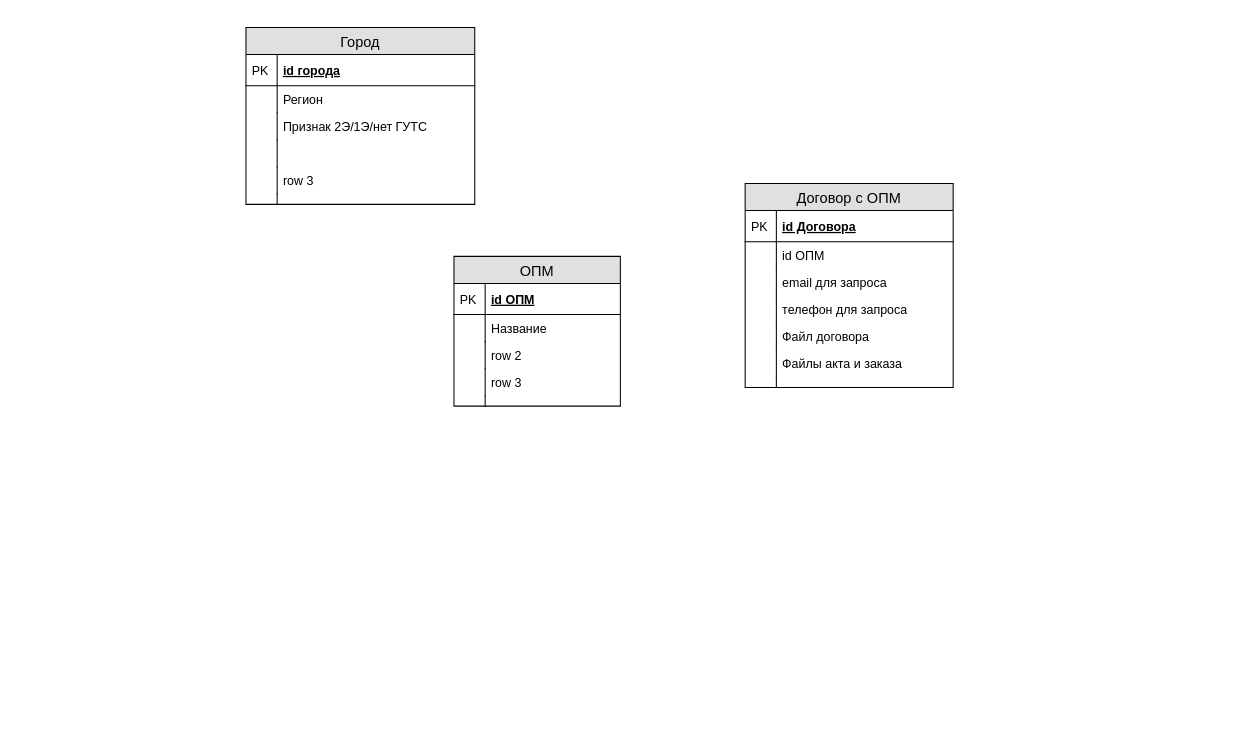
This is operators.drawio from slavakourov/operators, a draw.io file, before an edit. Source tidied: cells renumbered, new cells numbered last; positions are measured from the earlier drawing's top-left corner, leaving out a move shared by most shapes. Both pictures are drawn from the tidied source at 104%, with x=0, y=0 at pixel (245, 27).
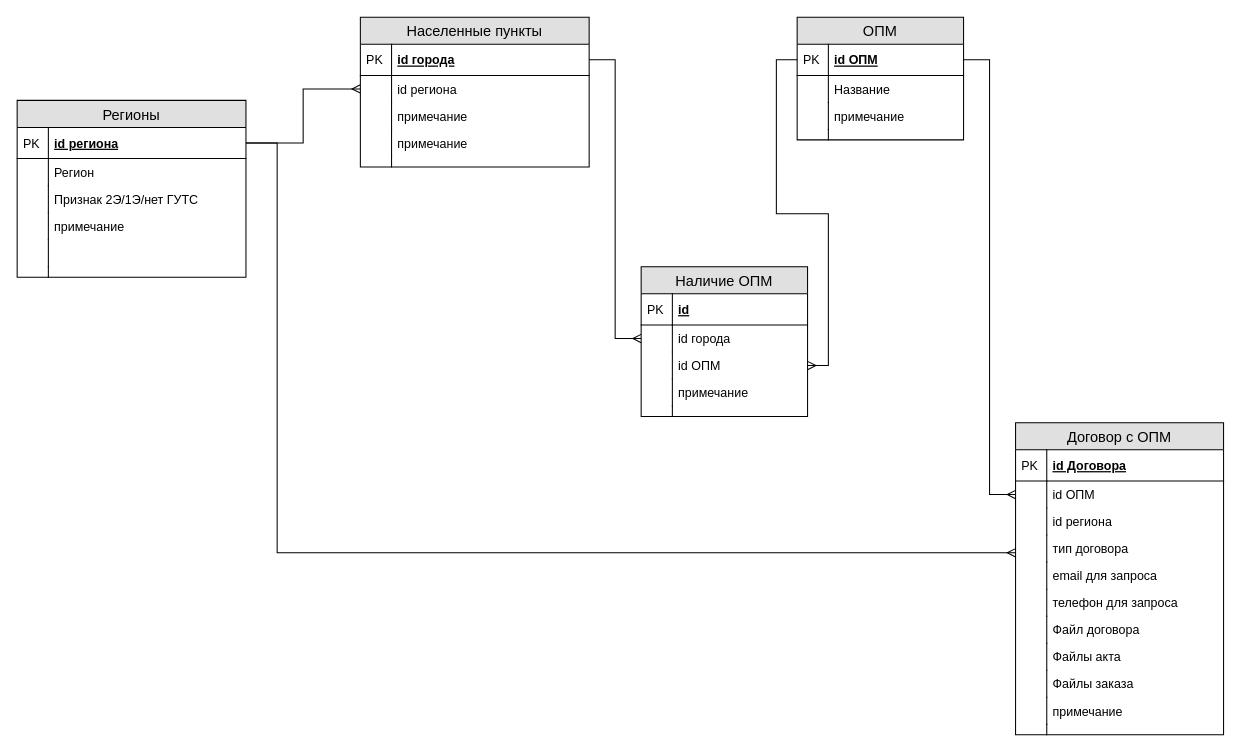
Above is the later version.

Unchanged cells that the change refers to:
```xml
<mxCell id="3" value="id ОПМ" style="shape=partialRectangle;top=0;left=0;right=0;bottom=1;align=left;verticalAlign=middle;fillColor=none;spacingLeft=34;spacingRight=4;overflow=hidden;points=[[0,0.5],[1,0.5]];portConstraint=eastwest;fontStyle=5;fontSize=12;" parent="2" vertex="1">
  <mxGeometry y="26" width="160" height="30" as="geometry" />
</mxCell>
<mxCell id="16" value="id ОПМ" style="shape=partialRectangle;top=0;left=0;right=0;bottom=0;align=left;verticalAlign=top;fillColor=none;spacingLeft=34;spacingRight=4;overflow=hidden;points=[[0,0.5],[1,0.5]];portConstraint=eastwest;fontSize=12;" parent="13" vertex="1">
  <mxGeometry y="56" width="200" height="26" as="geometry" />
</mxCell>
<mxCell id="29" value="id города" style="shape=partialRectangle;top=0;left=0;right=0;bottom=1;align=left;verticalAlign=middle;fillColor=none;spacingLeft=34;spacingRight=4;overflow=hidden;points=[[0,0.5],[1,0.5]];portConstraint=eastwest;fontStyle=5;fontSize=12;" parent="28" vertex="1">
  <mxGeometry y="26" width="220" height="30" as="geometry" />
</mxCell>
```

Change to the diagram source:
```diff
@@
     <mxCell id="2" value="ОПМ" style="swimlane;fontStyle=0;horizontal=1;startSize=26;fillColor=#e0e0e0;swimlaneFillColor=#ffffff;align=center;fontSize=14;" parent="1" vertex="1">
-      <mxGeometry x="200" y="220" width="160" height="144" as="geometry" />
+      <mxGeometry x="530" y="-10" width="160" height="118" as="geometry" />
     </mxCell>
@@
-    <mxCell id="7" value="row 2" style="shape=partialRectangle;top=0;left=0;right=0;bottom=0;align=left;verticalAlign=top;fillColor=none;spacingLeft=34;spacingRight=4;overflow=hidden;fontSize=12;" parent="2" vertex="1">
+    <mxCell id="7" value="примечание" style="shape=partialRectangle;top=0;left=0;right=0;bottom=0;align=left;verticalAlign=top;fillColor=none;spacingLeft=34;spacingRight=4;overflow=hidden;fontSize=12;" parent="2" vertex="1">
       <mxGeometry y="82" width="160" height="26" as="geometry" />
     </mxCell>
@@
-    <mxCell id="9" value="row 3" style="shape=partialRectangle;top=0;left=0;right=0;bottom=0;align=left;verticalAlign=top;fillColor=none;spacingLeft=34;spacingRight=4;overflow=hidden;fontSize=12;" parent="2" vertex="1">
-      <mxGeometry y="108" width="160" height="26" as="geometry" />
-    </mxCell>
-    <mxCell id="10" style="shape=partialRectangle;top=0;left=0;bottom=0;fillColor=none;align=left;verticalAlign=top;spacingLeft=4;spacingRight=4;overflow=hidden;fontSize=12;" parent="9" vertex="1">
-      <mxGeometry width="30" height="26" as="geometry" />
-    </mxCell>
     <mxCell id="11" style="shape=partialRectangle;top=0;left=0;right=0;bottom=0;align=left;verticalAlign=top;fillColor=none;spacingLeft=34;spacingRight=4;overflow=hidden;fontSize=12;" parent="2" vertex="1">
-      <mxGeometry y="134" width="160" height="10" as="geometry" />
+      <mxGeometry y="108" width="160" height="10" as="geometry" />
     </mxCell>
@@
     <mxCell id="13" value="Договор с ОПМ" style="swimlane;fontStyle=0;horizontal=1;startSize=26;fillColor=#e0e0e0;swimlaneFillColor=#ffffff;align=center;fontSize=14;" parent="1" vertex="1">
-      <mxGeometry x="480" y="150" width="200" height="196" as="geometry" />
+      <mxGeometry x="740" y="380" width="200" height="300" as="geometry" />
     </mxCell>
@@
+    <mxCell id="41" value="id региона" style="shape=partialRectangle;top=0;left=0;right=0;bottom=0;align=left;verticalAlign=top;fillColor=none;spacingLeft=34;spacingRight=4;overflow=hidden;fontSize=12;" parent="13" vertex="1">
+      <mxGeometry y="82" width="200" height="26" as="geometry" />
+    </mxCell>
+    <mxCell id="42" style="shape=partialRectangle;top=0;left=0;bottom=0;fillColor=none;align=left;verticalAlign=top;spacingLeft=4;spacingRight=4;overflow=hidden;fontSize=12;" parent="41" vertex="1">
+      <mxGeometry width="30" height="26" as="geometry" />
+    </mxCell>
+    <mxCell id="43" value="тип договора" style="shape=partialRectangle;top=0;left=0;right=0;bottom=0;align=left;verticalAlign=top;fillColor=none;spacingLeft=34;spacingRight=4;overflow=hidden;points=[[0,0.5],[1,0.5]];portConstraint=eastwest;fontSize=12;" parent="13" vertex="1">
+      <mxGeometry y="108" width="200" height="26" as="geometry" />
+    </mxCell>
+    <mxCell id="44" style="shape=partialRectangle;top=0;left=0;bottom=0;fillColor=none;align=left;verticalAlign=top;spacingLeft=4;spacingRight=4;overflow=hidden;fontSize=12;" parent="43" vertex="1">
+      <mxGeometry width="30" height="26" as="geometry" />
+    </mxCell>
     <mxCell id="18" value="email для запроса" style="shape=partialRectangle;top=0;left=0;right=0;bottom=0;align=left;verticalAlign=top;fillColor=none;spacingLeft=34;spacingRight=4;overflow=hidden;fontSize=12;" parent="13" vertex="1">
-      <mxGeometry y="82" width="200" height="26" as="geometry" />
+      <mxGeometry y="134" width="200" height="26" as="geometry" />
     </mxCell>
@@
     <mxCell id="20" value="телефон для запроса" style="shape=partialRectangle;top=0;left=0;right=0;bottom=0;align=left;verticalAlign=top;fillColor=none;spacingLeft=34;spacingRight=4;overflow=hidden;fontSize=12;" parent="13" vertex="1">
-      <mxGeometry y="108" width="200" height="26" as="geometry" />
+      <mxGeometry y="160" width="200" height="26" as="geometry" />
     </mxCell>
@@
     <mxCell id="22" value="Файл договора" style="shape=partialRectangle;top=0;left=0;right=0;bottom=0;align=left;verticalAlign=top;fillColor=none;spacingLeft=34;spacingRight=4;overflow=hidden;fontSize=12;" parent="13" vertex="1">
-      <mxGeometry y="134" width="200" height="26" as="geometry" />
+      <mxGeometry y="186" width="200" height="26" as="geometry" />
     </mxCell>
@@
-    <mxCell id="24" value="Файлы акта и заказа" style="shape=partialRectangle;top=0;left=0;right=0;bottom=0;align=left;verticalAlign=top;fillColor=none;spacingLeft=34;spacingRight=4;overflow=hidden;fontSize=12;" parent="13" vertex="1">
-      <mxGeometry y="160" width="200" height="26" as="geometry" />
+    <mxCell id="24" value="Файлы акта" style="shape=partialRectangle;top=0;left=0;right=0;bottom=0;align=left;verticalAlign=top;fillColor=none;spacingLeft=34;spacingRight=4;overflow=hidden;fontSize=12;" parent="13" vertex="1">
+      <mxGeometry y="212" width="200" height="26" as="geometry" />
     </mxCell>
@@
+    <mxCell id="45" value="Файлы заказа" style="shape=partialRectangle;top=0;left=0;right=0;bottom=0;align=left;verticalAlign=top;fillColor=none;spacingLeft=34;spacingRight=4;overflow=hidden;fontSize=12;" parent="13" vertex="1">
+      <mxGeometry y="238" width="200" height="26" as="geometry" />
+    </mxCell>
+    <mxCell id="46" style="shape=partialRectangle;top=0;left=0;bottom=0;fillColor=none;align=left;verticalAlign=top;spacingLeft=4;spacingRight=4;overflow=hidden;fontSize=12;" parent="45" vertex="1">
+      <mxGeometry width="30" height="26" as="geometry" />
+    </mxCell>
+    <mxCell id="47" value="примечание" style="shape=partialRectangle;top=0;left=0;right=0;bottom=0;align=left;verticalAlign=top;fillColor=none;spacingLeft=34;spacingRight=4;overflow=hidden;fontSize=12;" parent="13" vertex="1">
+      <mxGeometry y="264" width="200" height="26" as="geometry" />
+    </mxCell>
+    <mxCell id="48" style="shape=partialRectangle;top=0;left=0;bottom=0;fillColor=none;align=left;verticalAlign=top;spacingLeft=4;spacingRight=4;overflow=hidden;fontSize=12;" parent="47" vertex="1">
+      <mxGeometry width="30" height="26" as="geometry" />
+    </mxCell>
     <mxCell id="26" style="shape=partialRectangle;top=0;left=0;right=0;bottom=0;align=left;verticalAlign=top;fillColor=none;spacingLeft=34;spacingRight=4;overflow=hidden;fontSize=12;" parent="13" vertex="1">
-      <mxGeometry y="186" width="200" height="10" as="geometry" />
+      <mxGeometry y="290" width="200" height="10" as="geometry" />
     </mxCell>
@@
-    <mxCell id="28" value="Город" style="swimlane;fontStyle=0;horizontal=1;startSize=26;fillColor=#e0e0e0;swimlaneFillColor=#ffffff;align=center;fontSize=14;" parent="1" vertex="1">
-      <mxGeometry width="220" height="170" as="geometry" />
+    <mxCell id="28" value="Населенные пункты" style="swimlane;fontStyle=0;horizontal=1;startSize=26;fillColor=#e0e0e0;swimlaneFillColor=#ffffff;align=center;fontSize=14;" parent="1" vertex="1">
+      <mxGeometry x="110" y="-10" width="220" height="144" as="geometry" />
     </mxCell>
@@
-    <mxCell id="31" value="Регион" style="shape=partialRectangle;top=0;left=0;right=0;bottom=0;align=left;verticalAlign=top;fillColor=none;spacingLeft=34;spacingRight=4;overflow=hidden;points=[[0,0.5],[1,0.5]];portConstraint=eastwest;fontSize=12;" parent="28" vertex="1">
+    <mxCell id="31" value="id региона" style="shape=partialRectangle;top=0;left=0;right=0;bottom=0;align=left;verticalAlign=top;fillColor=none;spacingLeft=34;spacingRight=4;overflow=hidden;points=[[0,0.5],[1,0.5]];portConstraint=eastwest;fontSize=12;" parent="28" vertex="1">
       <mxGeometry y="56" width="220" height="26" as="geometry" />
     </mxCell>
@@
-    <mxCell id="33" value="Признак 2Э/1Э/нет ГУТС" style="shape=partialRectangle;top=0;left=0;right=0;bottom=0;align=left;verticalAlign=top;fillColor=none;spacingLeft=34;spacingRight=4;overflow=hidden;fontSize=12;" parent="28" vertex="1">
-      <mxGeometry y="82" width="220" height="26" as="geometry" />
-    </mxCell>
-    <mxCell id="34" style="shape=partialRectangle;top=0;left=0;bottom=0;fillColor=none;align=left;verticalAlign=top;spacingLeft=4;spacingRight=4;overflow=hidden;fontSize=12;" parent="33" vertex="1">
-      <mxGeometry width="30" height="26" as="geometry" />
-    </mxCell>
-    <mxCell id="35" style="shape=partialRectangle;top=0;left=0;right=0;bottom=0;align=left;verticalAlign=top;fillColor=none;spacingLeft=34;spacingRight=4;overflow=hidden;fontSize=12;" parent="28" vertex="1">
-      <mxGeometry y="108" width="220" height="26" as="geometry" />
+    <mxCell id="35" value="примечание" style="shape=partialRectangle;top=0;left=0;right=0;bottom=0;align=left;verticalAlign=top;fillColor=none;spacingLeft=34;spacingRight=4;overflow=hidden;fontSize=12;" parent="28" vertex="1">
+      <mxGeometry y="82" width="220" height="26" as="geometry" />
     </mxCell>
@@
-    <mxCell id="37" value="row 3" style="shape=partialRectangle;top=0;left=0;right=0;bottom=0;align=left;verticalAlign=top;fillColor=none;spacingLeft=34;spacingRight=4;overflow=hidden;fontSize=12;" parent="28" vertex="1">
-      <mxGeometry y="134" width="220" height="26" as="geometry" />
-    </mxCell>
-    <mxCell id="38" style="shape=partialRectangle;top=0;left=0;bottom=0;fillColor=none;align=left;verticalAlign=top;spacingLeft=4;spacingRight=4;overflow=hidden;fontSize=12;" parent="37" vertex="1">
-      <mxGeometry width="30" height="26" as="geometry" />
-    </mxCell>
+    <mxCell id="49" value="примечание" style="shape=partialRectangle;top=0;left=0;right=0;bottom=0;align=left;verticalAlign=top;fillColor=none;spacingLeft=34;spacingRight=4;overflow=hidden;fontSize=12;" parent="28" vertex="1">
+      <mxGeometry y="108" width="220" height="26" as="geometry" />
+    </mxCell>
+    <mxCell id="50" style="shape=partialRectangle;top=0;left=0;bottom=0;fillColor=none;align=left;verticalAlign=top;spacingLeft=4;spacingRight=4;overflow=hidden;fontSize=12;" parent="49" vertex="1">
+      <mxGeometry width="30" height="26" as="geometry" />
+    </mxCell>
     <mxCell id="39" style="shape=partialRectangle;top=0;left=0;right=0;bottom=0;align=left;verticalAlign=top;fillColor=none;spacingLeft=34;spacingRight=4;overflow=hidden;fontSize=12;" parent="28" vertex="1">
-      <mxGeometry y="160" width="220" height="10" as="geometry" />
+      <mxGeometry y="134" width="220" height="10" as="geometry" />
     </mxCell>
@@
+    <mxCell id="51" value="Регионы" style="swimlane;fontStyle=0;horizontal=1;startSize=26;fillColor=#e0e0e0;swimlaneFillColor=#ffffff;align=center;fontSize=14;" parent="1" vertex="1">
+      <mxGeometry x="-220" y="70" width="220" height="170" as="geometry" />
+    </mxCell>
+    <mxCell id="52" value="id региона" style="shape=partialRectangle;top=0;left=0;right=0;bottom=1;align=left;verticalAlign=middle;fillColor=none;spacingLeft=34;spacingRight=4;overflow=hidden;points=[[0,0.5],[1,0.5]];portConstraint=eastwest;fontStyle=5;fontSize=12;" parent="51" vertex="1">
+      <mxGeometry y="26" width="220" height="30" as="geometry" />
+    </mxCell>
+    <mxCell id="53" value="PK" style="shape=partialRectangle;top=0;left=0;bottom=0;fillColor=none;align=left;verticalAlign=middle;spacingLeft=4;spacingRight=4;overflow=hidden;fontSize=12;" parent="52" vertex="1">
+      <mxGeometry width="30" height="30" as="geometry" />
+    </mxCell>
+    <mxCell id="54" value="Регион" style="shape=partialRectangle;top=0;left=0;right=0;bottom=0;align=left;verticalAlign=top;fillColor=none;spacingLeft=34;spacingRight=4;overflow=hidden;fontSize=12;" parent="51" vertex="1">
+      <mxGeometry y="56" width="220" height="26" as="geometry" />
+    </mxCell>
+    <mxCell id="55" style="shape=partialRectangle;top=0;left=0;bottom=0;fillColor=none;align=left;verticalAlign=top;spacingLeft=4;spacingRight=4;overflow=hidden;fontSize=12;" parent="54" vertex="1">
+      <mxGeometry width="30" height="26" as="geometry" />
+    </mxCell>
+    <mxCell id="33" value="Признак 2Э/1Э/нет ГУТС" style="shape=partialRectangle;top=0;left=0;right=0;bottom=0;align=left;verticalAlign=top;fillColor=none;spacingLeft=34;spacingRight=4;overflow=hidden;fontSize=12;" parent="51" vertex="1">
+      <mxGeometry y="82" width="220" height="26" as="geometry" />
+    </mxCell>
+    <mxCell id="56" style="shape=partialRectangle;top=0;left=0;bottom=0;fillColor=none;align=left;verticalAlign=top;spacingLeft=4;spacingRight=4;overflow=hidden;fontSize=12;" parent="33" vertex="1">
+      <mxGeometry width="30" height="26" as="geometry" />
+    </mxCell>
+    <mxCell id="57" value="примечание" style="shape=partialRectangle;top=0;left=0;right=0;bottom=0;align=left;verticalAlign=top;fillColor=none;spacingLeft=34;spacingRight=4;overflow=hidden;fontSize=12;" parent="51" vertex="1">
+      <mxGeometry y="108" width="220" height="26" as="geometry" />
+    </mxCell>
+    <mxCell id="58" style="shape=partialRectangle;top=0;left=0;bottom=0;fillColor=none;align=left;verticalAlign=top;spacingLeft=4;spacingRight=4;overflow=hidden;fontSize=12;" parent="57" vertex="1">
+      <mxGeometry width="30" height="26" as="geometry" />
+    </mxCell>
+    <mxCell id="59" style="shape=partialRectangle;top=0;left=0;right=0;bottom=0;align=left;verticalAlign=top;fillColor=none;spacingLeft=34;spacingRight=4;overflow=hidden;fontSize=12;" parent="51" vertex="1">
+      <mxGeometry y="134" width="220" height="26" as="geometry" />
+    </mxCell>
+    <mxCell id="60" style="shape=partialRectangle;top=0;left=0;bottom=0;fillColor=none;align=left;verticalAlign=top;spacingLeft=4;spacingRight=4;overflow=hidden;fontSize=12;" parent="59" vertex="1">
+      <mxGeometry width="30" height="26" as="geometry" />
+    </mxCell>
+    <mxCell id="61" style="shape=partialRectangle;top=0;left=0;right=0;bottom=0;align=left;verticalAlign=top;fillColor=none;spacingLeft=34;spacingRight=4;overflow=hidden;fontSize=12;" parent="51" vertex="1">
+      <mxGeometry y="160" width="220" height="10" as="geometry" />
+    </mxCell>
+    <mxCell id="62" style="shape=partialRectangle;top=0;left=0;bottom=0;fillColor=none;align=left;verticalAlign=top;spacingLeft=4;spacingRight=4;overflow=hidden;fontSize=12;" parent="61" vertex="1">
+      <mxGeometry width="30" height="10" as="geometry" />
+    </mxCell>
+    <mxCell id="63" value="Наличие ОПМ" style="swimlane;fontStyle=0;horizontal=1;startSize=26;fillColor=#e0e0e0;swimlaneFillColor=#ffffff;align=center;fontSize=14;" parent="1" vertex="1">
+      <mxGeometry x="380" y="230" width="160" height="144" as="geometry" />
+    </mxCell>
+    <mxCell id="64" value="id" style="shape=partialRectangle;top=0;left=0;right=0;bottom=1;align=left;verticalAlign=middle;fillColor=none;spacingLeft=34;spacingRight=4;overflow=hidden;fontStyle=5;fontSize=12;" parent="63" vertex="1">
+      <mxGeometry y="26" width="160" height="30" as="geometry" />
+    </mxCell>
+    <mxCell id="65" value="PK" style="shape=partialRectangle;top=0;left=0;bottom=0;fillColor=none;align=left;verticalAlign=middle;spacingLeft=4;spacingRight=4;overflow=hidden;fontSize=12;" parent="64" vertex="1">
+      <mxGeometry width="30" height="30" as="geometry" />
+    </mxCell>
+    <mxCell id="66" value="id города" style="shape=partialRectangle;top=0;left=0;right=0;bottom=0;align=left;verticalAlign=top;fillColor=none;spacingLeft=34;spacingRight=4;overflow=hidden;points=[[0,0.5],[1,0.5]];portConstraint=eastwest;fontSize=12;" parent="63" vertex="1">
+      <mxGeometry y="56" width="160" height="26" as="geometry" />
+    </mxCell>
+    <mxCell id="67" style="shape=partialRectangle;top=0;left=0;bottom=0;fillColor=none;align=left;verticalAlign=top;spacingLeft=4;spacingRight=4;overflow=hidden;fontSize=12;" parent="66" vertex="1">
+      <mxGeometry width="30" height="26" as="geometry" />
+    </mxCell>
+    <mxCell id="68" value="id ОПМ" style="shape=partialRectangle;top=0;left=0;right=0;bottom=0;align=left;verticalAlign=top;fillColor=none;spacingLeft=34;spacingRight=4;overflow=hidden;points=[[0,0.5],[1,0.5]];portConstraint=eastwest;fontSize=12;" parent="63" vertex="1">
+      <mxGeometry y="82" width="160" height="26" as="geometry" />
+    </mxCell>
+    <mxCell id="69" style="shape=partialRectangle;top=0;left=0;bottom=0;fillColor=none;align=left;verticalAlign=top;spacingLeft=4;spacingRight=4;overflow=hidden;fontSize=12;" parent="68" vertex="1">
+      <mxGeometry width="30" height="26" as="geometry" />
+    </mxCell>
+    <mxCell id="70" value="примечание" style="shape=partialRectangle;top=0;left=0;right=0;bottom=0;align=left;verticalAlign=top;fillColor=none;spacingLeft=34;spacingRight=4;overflow=hidden;fontSize=12;" parent="63" vertex="1">
+      <mxGeometry y="108" width="160" height="26" as="geometry" />
+    </mxCell>
+    <mxCell id="71" style="shape=partialRectangle;top=0;left=0;bottom=0;fillColor=none;align=left;verticalAlign=top;spacingLeft=4;spacingRight=4;overflow=hidden;fontSize=12;" parent="70" vertex="1">
+      <mxGeometry width="30" height="26" as="geometry" />
+    </mxCell>
+    <mxCell id="72" style="shape=partialRectangle;top=0;left=0;right=0;bottom=0;align=left;verticalAlign=top;fillColor=none;spacingLeft=34;spacingRight=4;overflow=hidden;fontSize=12;" parent="63" vertex="1">
+      <mxGeometry y="134" width="160" height="10" as="geometry" />
+    </mxCell>
+    <mxCell id="73" style="shape=partialRectangle;top=0;left=0;bottom=0;fillColor=none;align=left;verticalAlign=top;spacingLeft=4;spacingRight=4;overflow=hidden;fontSize=12;" parent="72" vertex="1">
+      <mxGeometry width="30" height="10" as="geometry" />
+    </mxCell>
+    <mxCell id="74" style="edgeStyle=orthogonalEdgeStyle;rounded=0;jettySize=auto;html=1;exitX=0;exitY=0.5;exitDx=0;exitDy=0;entryX=1;entryY=0.5;entryDx=0;entryDy=0;endArrow=ERmany;endFill=0;" parent="1" edge="1" source="3" target="68">
+      <mxGeometry relative="1" as="geometry" />
+    </mxCell>
+    <mxCell id="75" style="edgeStyle=orthogonalEdgeStyle;rounded=0;jettySize=auto;html=1;exitX=1;exitY=0.5;exitDx=0;exitDy=0;endArrow=ERmany;endFill=0;" parent="1" edge="1" source="29" target="66">
+      <mxGeometry relative="1" as="geometry" />
+    </mxCell>
+    <mxCell id="76" style="edgeStyle=orthogonalEdgeStyle;rounded=0;jettySize=auto;html=1;exitX=1;exitY=0.5;exitDx=0;exitDy=0;entryX=0;entryY=0.5;entryDx=0;entryDy=0;endArrow=ERmany;endFill=0;" parent="1" edge="1" source="52" target="31">
+      <mxGeometry relative="1" as="geometry" />
+    </mxCell>
+    <mxCell id="77" style="edgeStyle=orthogonalEdgeStyle;rounded=0;jettySize=auto;html=1;exitX=1;exitY=0.5;exitDx=0;exitDy=0;endArrow=ERmany;endFill=0;" parent="1" edge="1" source="3" target="16">
+      <mxGeometry relative="1" as="geometry" />
+    </mxCell>
+    <mxCell id="78" style="edgeStyle=orthogonalEdgeStyle;rounded=0;jettySize=auto;html=1;exitX=1;exitY=0.5;exitDx=0;exitDy=0;endArrow=ERmany;endFill=0;" parent="1" edge="1" source="52" target="43">
+      <mxGeometry relative="1" as="geometry">
+        <Array as="points">
+          <mxPoint x="30" y="111" />
+          <mxPoint x="30" y="505" />
+        </Array>
+      </mxGeometry>
+    </mxCell>
```
